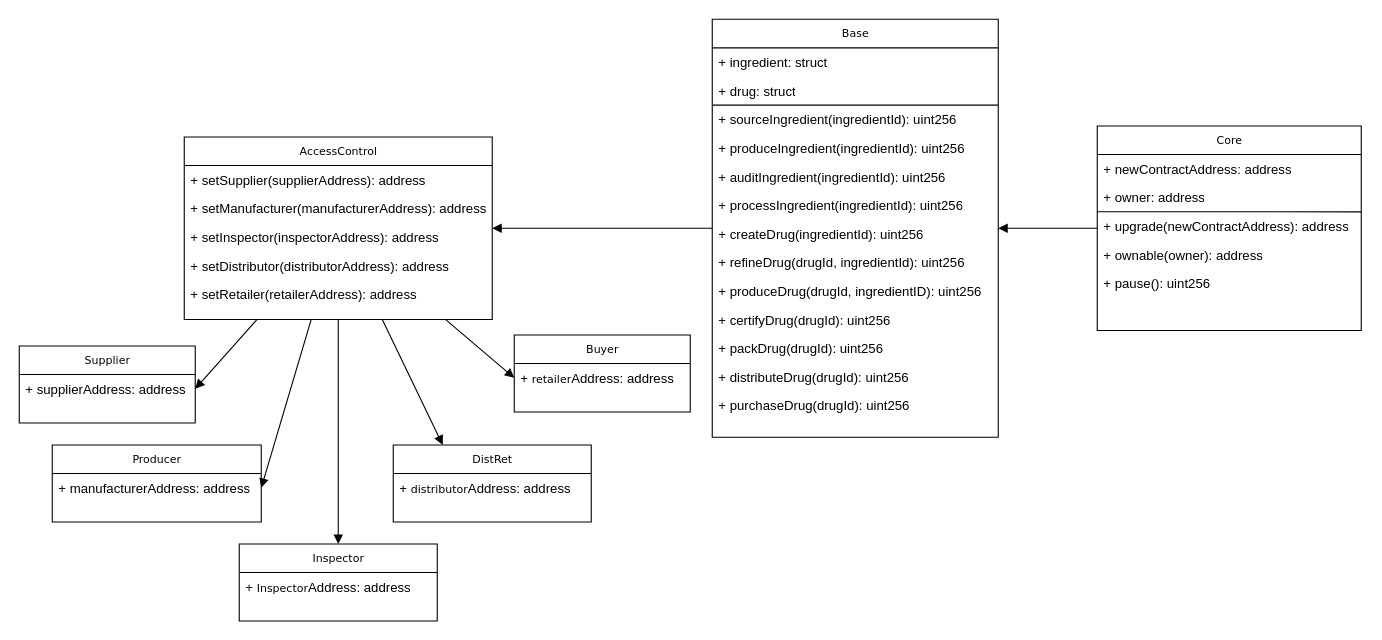
Earlier version of the draw.io diagram docs/uml_classes.drawio (kirinshibori/DrugChain). Source tidied: cells renumbered, new cells numbered last; positions are measured from the earlier drawing's top-left corner, leaving out a move shared by most shapes. Both pictures are drawn from the tidied source at 110%, with x=0, y=0 at pixel (19, 19).
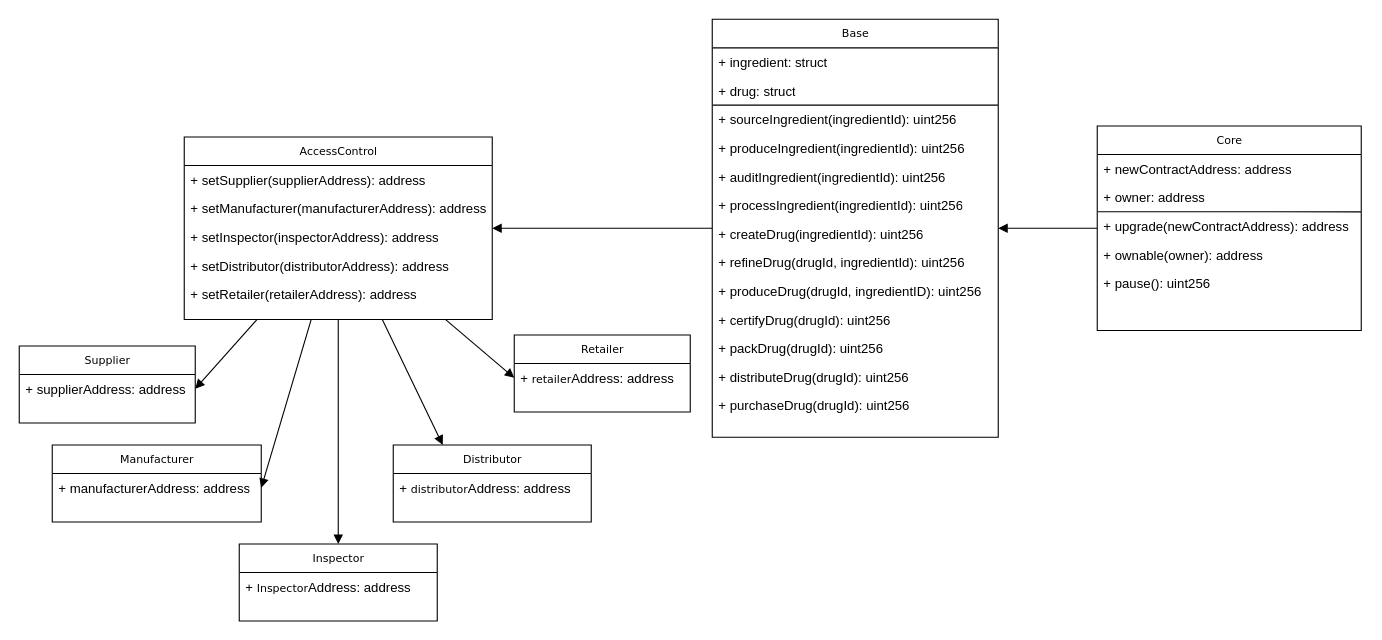
After the change.

The edit, as a diff of the source:
```diff
@@
-    <mxCell id="8" value="Producer" style="swimlane;html=1;fontStyle=0;horizontal=1;startSize=26;fillColor=none;swimlaneFillColor=#ffffff;rounded=0;shadow=0;comic=0;labelBackgroundColor=none;strokeWidth=1;fontFamily=Verdana;fontSize=10;align=center;" parent="1" vertex="1">
+    <mxCell id="8" value="Manufacturer" style="swimlane;html=1;fontStyle=0;horizontal=1;startSize=26;fillColor=none;swimlaneFillColor=#ffffff;rounded=0;shadow=0;comic=0;labelBackgroundColor=none;strokeWidth=1;fontFamily=Verdana;fontSize=10;align=center;" parent="1" vertex="1">
       <mxGeometry x="30" y="387" width="190" height="70" as="geometry" />
     </mxCell>
@@
-    <mxCell id="16" value="DistRet" style="swimlane;html=1;fontStyle=0;horizontal=1;startSize=26;fillColor=none;swimlaneFillColor=#ffffff;rounded=0;shadow=0;comic=0;labelBackgroundColor=none;strokeWidth=1;fontFamily=Verdana;fontSize=10;align=center;" parent="1" vertex="1">
+    <mxCell id="16" value="Distributor" style="swimlane;html=1;fontStyle=0;horizontal=1;startSize=26;fillColor=none;swimlaneFillColor=#ffffff;rounded=0;shadow=0;comic=0;labelBackgroundColor=none;strokeWidth=1;fontFamily=Verdana;fontSize=10;align=center;" parent="1" vertex="1">
       <mxGeometry x="340" y="387" width="180" height="70" as="geometry" />
     </mxCell>
@@
-    <mxCell id="18" value="Buyer" style="swimlane;html=1;fontStyle=0;horizontal=1;startSize=26;fillColor=none;swimlaneFillColor=#ffffff;rounded=0;shadow=0;comic=0;labelBackgroundColor=none;strokeWidth=1;fontFamily=Verdana;fontSize=10;align=center;" parent="1" vertex="1">
+    <mxCell id="18" value="Retailer" style="swimlane;html=1;fontStyle=0;horizontal=1;startSize=26;fillColor=none;swimlaneFillColor=#ffffff;rounded=0;shadow=0;comic=0;labelBackgroundColor=none;strokeWidth=1;fontFamily=Verdana;fontSize=10;align=center;" parent="1" vertex="1">
       <mxGeometry x="450" y="287" width="160" height="70" as="geometry" />
     </mxCell>
```
